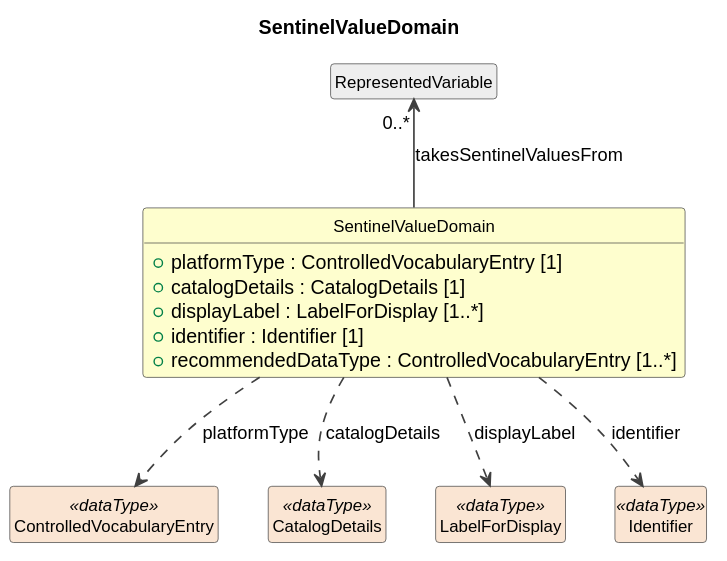
Above: build/field-level-documentation/CDIFDataStructure/Classes/SentinelValueDomain.svg in Cross-Domain-Interoperability-Framework/metadataBuildingBlocks (PlantUML), before the change. Source of this version:
```plantuml
@startuml
title SentinelValueDomain
hide circle
hide empty members
skinparam shadowing false
skinparam ArrowThickness 1.2
skinparam class {
  ArrowColor #404040
  BorderColor #404040
  FontSize 12
}

class "SentinelValueDomain" as SentinelValueDomain #FEFECE {
  +platformType : ControlledVocabularyEntry [1]
  +catalogDetails : CatalogDetails [1]
  +displayLabel : LabelForDisplay [1..*]
  +identifier : Identifier [1]
  +recommendedDataType : ControlledVocabularyEntry [1..*]
}
class "RepresentedVariable" as RepresentedVariable #EEEEEE
RepresentedVariable "0..*" <-- SentinelValueDomain : takesSentinelValuesFrom
class "ControlledVocabularyEntry" as ControlledVocabularyEntry <<dataType>> #FAE5D3
SentinelValueDomain ..> ControlledVocabularyEntry : platformType
class "CatalogDetails" as CatalogDetails <<dataType>> #FAE5D3
SentinelValueDomain ..> CatalogDetails : catalogDetails
class "LabelForDisplay" as LabelForDisplay <<dataType>> #FAE5D3
SentinelValueDomain ..> LabelForDisplay : displayLabel
class "Identifier" as Identifier <<dataType>> #FAE5D3
SentinelValueDomain ..> Identifier : identifier
@enduml
```
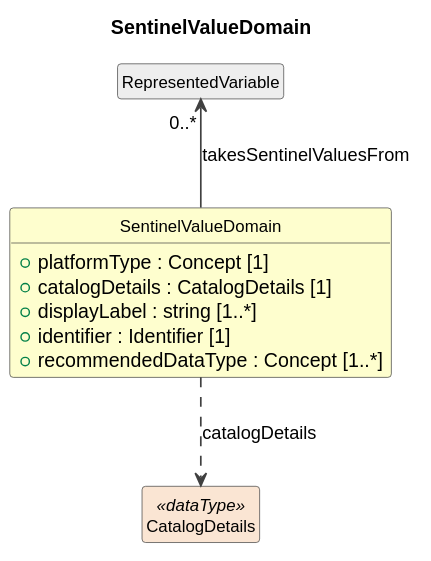
Later version of the same file.

Diff of the diagram source:
```diff
@@ -11,20 +11,14 @@
 }
 
 class "SentinelValueDomain" as SentinelValueDomain #FEFECE {
-  +platformType : ControlledVocabularyEntry [1]
+  +platformType : Concept [1]
   +catalogDetails : CatalogDetails [1]
-  +displayLabel : LabelForDisplay [1..*]
+  +displayLabel : string [1..*]
   +identifier : Identifier [1]
-  +recommendedDataType : ControlledVocabularyEntry [1..*]
+  +recommendedDataType : Concept [1..*]
 }
 class "RepresentedVariable" as RepresentedVariable #EEEEEE
 RepresentedVariable "0..*" <-- SentinelValueDomain : takesSentinelValuesFrom
-class "ControlledVocabularyEntry" as ControlledVocabularyEntry <<dataType>> #FAE5D3
-SentinelValueDomain ..> ControlledVocabularyEntry : platformType
 class "CatalogDetails" as CatalogDetails <<dataType>> #FAE5D3
 SentinelValueDomain ..> CatalogDetails : catalogDetails
-class "LabelForDisplay" as LabelForDisplay <<dataType>> #FAE5D3
-SentinelValueDomain ..> LabelForDisplay : displayLabel
-class "Identifier" as Identifier <<dataType>> #FAE5D3
-SentinelValueDomain ..> Identifier : identifier
 @enduml
```
